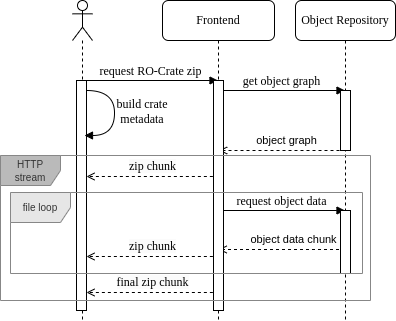
This is assets/exec_flow_zip_retrieval.png from Senckenberg-DCBiodivIT/fair-workflow-platform, a draw.io export, as it was before one commit. Source tidied: cells renumbered, new cells last; positions are measured from the earlier drawing's top-left corner, leaving out a move shared by most shapes. Its diagram source:
```xml
<mxGraphModel background="#ffffff">
  <root>
    <mxCell id="0" />
    <mxCell id="1" parent="0" />
    <mxCell id="2" style="edgeStyle=orthogonalEdgeStyle;rounded=0;orthogonalLoop=1;jettySize=auto;html=1;dashed=1;endArrow=open;endFill=0;" parent="1" edge="1">
      <mxGeometry relative="1" as="geometry">
        <mxPoint x="344.5" y="249" as="sourcePoint" />
        <mxPoint x="218.1" y="249" as="targetPoint" />
      </mxGeometry>
    </mxCell>
    <mxCell id="3" value="object data chunk" style="edgeLabel;html=1;align=center;verticalAlign=middle;" parent="2" vertex="1">
      <mxGeometry x="-0.18" y="1" relative="1" as="geometry">
        <mxPoint y="-11" as="offset" />
      </mxGeometry>
    </mxCell>
    <mxCell id="4" value="Object Repository" style="shape=umlLifeline;perimeter=lifelinePerimeter;whiteSpace=wrap;html=1;rounded=1;shadow=0;comic=0;labelBackgroundColor=none;strokeWidth=1;fontFamily=Verdana;fontSize=12;align=center;" parent="1" vertex="1">
      <mxGeometry x="295" width="100" height="320" as="geometry" />
    </mxCell>
    <mxCell id="5" value="Frontend" style="shape=umlLifeline;perimeter=lifelinePerimeter;whiteSpace=wrap;html=1;outlineConnect=0;rounded=1;shadow=0;comic=0;labelBackgroundColor=none;strokeWidth=1;fontFamily=Verdana;fontSize=12;align=center;" parent="1" vertex="1">
      <mxGeometry x="162" width="112" height="320" as="geometry" />
    </mxCell>
    <mxCell id="6" style="shape=umlLifeline;perimeter=lifelinePerimeter;whiteSpace=wrap;html=1;newEdgeStyle={&quot;curved&quot;:0,&quot;rounded&quot;:0};participant=umlActor;" parent="1" vertex="1">
      <mxGeometry x="72" width="20" height="320" as="geometry" />
    </mxCell>
    <mxCell id="7" style="html=1;points=[];perimeter=orthogonalPerimeter;rounded=0;shadow=0;comic=0;labelBackgroundColor=none;strokeWidth=1;fontFamily=Verdana;fontSize=12;align=center;" parent="1" vertex="1">
      <mxGeometry x="76" y="80" width="10" height="230" as="geometry" />
    </mxCell>
    <mxCell id="8" value="request RO-Crate zip" style="html=1;verticalAlign=bottom;endArrow=block;labelBackgroundColor=none;fontFamily=Verdana;fontSize=12;elbow=horizontal;" parent="1" edge="1" target="5">
      <mxGeometry relative="1" as="geometry">
        <mxPoint x="82.3" y="80" as="sourcePoint" />
      </mxGeometry>
    </mxCell>
    <mxCell id="9" value="get object graph" style="html=1;verticalAlign=bottom;endArrow=block;labelBackgroundColor=none;fontFamily=Verdana;fontSize=12;elbow=horizontal;" parent="1" edge="1">
      <mxGeometry relative="1" as="geometry">
        <mxPoint x="218.1" y="90" as="sourcePoint" />
        <mxPoint x="344.5" y="90" as="targetPoint" />
      </mxGeometry>
    </mxCell>
    <mxCell id="10" value="request object data" style="html=1;verticalAlign=bottom;endArrow=block;labelBackgroundColor=none;fontFamily=Verdana;fontSize=12;elbow=horizontal;" parent="1" edge="1">
      <mxGeometry relative="1" as="geometry">
        <mxPoint x="218.1" y="210" as="sourcePoint" />
        <mxPoint x="344.5" y="210" as="targetPoint" />
      </mxGeometry>
    </mxCell>
    <mxCell id="11" style="html=1;perimeter=orthogonalPerimeter;rounded=0;shadow=0;comic=0;labelBackgroundColor=none;strokeWidth=1;fontFamily=Verdana;fontSize=12;align=center;" parent="1" vertex="1">
      <mxGeometry x="340" y="90" width="10" height="60" as="geometry" />
    </mxCell>
    <mxCell id="12" style="html=1;perimeter=orthogonalPerimeter;rounded=0;shadow=0;comic=0;labelBackgroundColor=none;strokeWidth=1;fontFamily=Verdana;fontSize=12;align=center;" parent="1" vertex="1">
      <mxGeometry x="340" y="210" width="10" height="63" as="geometry" />
    </mxCell>
    <mxCell id="13" style="edgeStyle=orthogonalEdgeStyle;rounded=0;orthogonalLoop=1;jettySize=auto;html=1;dashed=1;endArrow=open;endFill=0;" parent="1" edge="1">
      <mxGeometry relative="1" as="geometry">
        <mxPoint x="345" y="150" as="sourcePoint" />
        <mxPoint x="218.6" y="150" as="targetPoint" />
      </mxGeometry>
    </mxCell>
    <mxCell id="14" value="object graph" style="edgeLabel;html=1;align=center;verticalAlign=middle;" parent="13" vertex="1">
      <mxGeometry x="-0.18" y="1" relative="1" as="geometry">
        <mxPoint x="-8" y="-11" as="offset" />
      </mxGeometry>
    </mxCell>
    <mxCell id="15" style="edgeStyle=orthogonalEdgeStyle;rounded=0;orthogonalLoop=1;jettySize=auto;html=1;dashed=1;endArrow=open;endFill=0;" parent="1" edge="1">
      <mxGeometry relative="1" as="geometry">
        <mxPoint x="212.4" y="176" as="sourcePoint" />
        <mxPoint x="86" y="176" as="targetPoint" />
      </mxGeometry>
    </mxCell>
    <mxCell id="16" value="&lt;span style=&quot;font-family: Verdana; font-size: 12px; background-color: rgb(251, 251, 251);&quot;&gt;zip chunk&lt;/span&gt;" style="edgeLabel;html=1;align=center;verticalAlign=middle;" parent="15" vertex="1">
      <mxGeometry x="-0.18" y="1" relative="1" as="geometry">
        <mxPoint x="-9" y="-11" as="offset" />
      </mxGeometry>
    </mxCell>
    <mxCell id="17" style="edgeStyle=orthogonalEdgeStyle;rounded=0;orthogonalLoop=1;jettySize=auto;html=1;dashed=1;endArrow=open;endFill=0;" parent="1" edge="1">
      <mxGeometry relative="1" as="geometry">
        <mxPoint x="212.4" y="256" as="sourcePoint" />
        <mxPoint x="86" y="256" as="targetPoint" />
      </mxGeometry>
    </mxCell>
    <mxCell id="18" value="&lt;span style=&quot;font-family: Verdana; font-size: 12px; background-color: rgb(251, 251, 251);&quot;&gt;zip chunk&lt;/span&gt;" style="edgeLabel;html=1;align=center;verticalAlign=middle;" parent="17" vertex="1">
      <mxGeometry x="-0.18" y="1" relative="1" as="geometry">
        <mxPoint x="-9" y="-11" as="offset" />
      </mxGeometry>
    </mxCell>
    <mxCell id="19" style="edgeStyle=orthogonalEdgeStyle;rounded=0;orthogonalLoop=1;jettySize=auto;html=1;dashed=1;endArrow=open;endFill=0;" parent="1" edge="1">
      <mxGeometry relative="1" as="geometry">
        <mxPoint x="212.4" y="292" as="sourcePoint" />
        <mxPoint x="86" y="292" as="targetPoint" />
      </mxGeometry>
    </mxCell>
    <mxCell id="20" value="&lt;span style=&quot;font-family: Verdana; font-size: 12px; background-color: rgb(251, 251, 251);&quot;&gt;final zip chunk&lt;/span&gt;" style="edgeLabel;html=1;align=center;verticalAlign=middle;" parent="19" vertex="1">
      <mxGeometry x="-0.18" y="1" relative="1" as="geometry">
        <mxPoint x="-9" y="-11" as="offset" />
      </mxGeometry>
    </mxCell>
    <mxCell id="21" style="html=1;perimeter=orthogonalPerimeter;rounded=0;shadow=0;comic=0;labelBackgroundColor=none;strokeWidth=1;fontFamily=Verdana;fontSize=12;align=center;" parent="1" vertex="1">
      <mxGeometry x="213" y="80" width="10" height="230" as="geometry" />
    </mxCell>
    <mxCell id="22" value="&lt;p style=&quot;line-height: 100%;&quot;&gt;&lt;font style=&quot;font-size: 10px;&quot;&gt;HTTP stream&lt;/font&gt;&lt;/p&gt;" style="shape=umlFrame;whiteSpace=wrap;html=1;fillColor=#BABABA;fontColor=#333333;strokeColor=#878787;gradientColor=none;shadow=0;" parent="1" vertex="1">
      <mxGeometry y="155" width="370" height="145" as="geometry" />
    </mxCell>
    <mxCell id="23" style="html=1;verticalAlign=bottom;endArrow=block;labelBackgroundColor=none;fontFamily=Verdana;fontSize=12;elbow=vertical;edgeStyle=orthogonalEdgeStyle;curved=1;exitX=1.038;exitY=0.345;exitPerimeter=0;entryX=0.8;entryY=0.238;entryDx=0;entryDy=0;entryPerimeter=0;" parent="1" edge="1" target="7">
      <mxGeometry relative="1" as="geometry">
        <mxPoint x="86" y="90" as="sourcePoint" />
        <Array as="points">
          <mxPoint x="114" y="90" />
          <mxPoint x="114" y="135" />
          <mxPoint x="84" y="135" />
        </Array>
      </mxGeometry>
    </mxCell>
    <mxCell id="24" value="build crate metadata" style="text;html=1;align=center;verticalAlign=middle;whiteSpace=wrap;rounded=0;fontFamily=Verdana;" parent="1" vertex="1">
      <mxGeometry x="112" y="96" width="60" height="30" as="geometry" />
    </mxCell>
    <mxCell id="25" value="&lt;font style=&quot;font-size: 10px;&quot;&gt;file loop&lt;/font&gt;" style="shape=umlFrame;whiteSpace=wrap;html=1;fillColor=#E6E6E6;fontColor=#333333;strokeColor=#878787;shadow=0;" parent="1" vertex="1">
      <mxGeometry x="10" y="192" width="352" height="81" as="geometry" />
    </mxCell>
  </root>
</mxGraphModel>
```
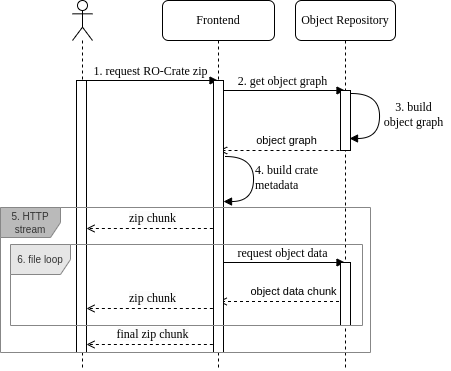
After the change.

The edit, as a diff of the source:
```diff
@@ -4,8 +4,8 @@
     <mxCell id="1" parent="0" />
     <mxCell id="2" style="edgeStyle=orthogonalEdgeStyle;rounded=0;orthogonalLoop=1;jettySize=auto;html=1;dashed=1;endArrow=open;endFill=0;" parent="1" edge="1">
       <mxGeometry relative="1" as="geometry">
-        <mxPoint x="344.5" y="249" as="sourcePoint" />
-        <mxPoint x="218.1" y="249" as="targetPoint" />
+        <mxPoint x="344.5" y="301" as="sourcePoint" />
+        <mxPoint x="218.1" y="301" as="targetPoint" />
       </mxGeometry>
     </mxCell>
     <mxCell id="3" value="object data chunk" style="edgeLabel;html=1;align=center;verticalAlign=middle;" parent="2" vertex="1">
@@ -14,23 +14,23 @@
       </mxGeometry>
     </mxCell>
     <mxCell id="4" value="Object Repository" style="shape=umlLifeline;perimeter=lifelinePerimeter;whiteSpace=wrap;html=1;rounded=1;shadow=0;comic=0;labelBackgroundColor=none;strokeWidth=1;fontFamily=Verdana;fontSize=12;align=center;" parent="1" vertex="1">
-      <mxGeometry x="295" width="100" height="320" as="geometry" />
+      <mxGeometry x="295" width="100" height="370" as="geometry" />
     </mxCell>
     <mxCell id="5" value="Frontend" style="shape=umlLifeline;perimeter=lifelinePerimeter;whiteSpace=wrap;html=1;outlineConnect=0;rounded=1;shadow=0;comic=0;labelBackgroundColor=none;strokeWidth=1;fontFamily=Verdana;fontSize=12;align=center;" parent="1" vertex="1">
-      <mxGeometry x="162" width="112" height="320" as="geometry" />
+      <mxGeometry x="162" width="112" height="370" as="geometry" />
     </mxCell>
     <mxCell id="6" style="shape=umlLifeline;perimeter=lifelinePerimeter;whiteSpace=wrap;html=1;newEdgeStyle={&quot;curved&quot;:0,&quot;rounded&quot;:0};participant=umlActor;" parent="1" vertex="1">
-      <mxGeometry x="72" width="20" height="320" as="geometry" />
+      <mxGeometry x="72" width="20" height="370" as="geometry" />
     </mxCell>
     <mxCell id="7" style="html=1;points=[];perimeter=orthogonalPerimeter;rounded=0;shadow=0;comic=0;labelBackgroundColor=none;strokeWidth=1;fontFamily=Verdana;fontSize=12;align=center;" parent="1" vertex="1">
-      <mxGeometry x="76" y="80" width="10" height="230" as="geometry" />
+      <mxGeometry x="76" y="80" width="10" height="272" as="geometry" />
     </mxCell>
-    <mxCell id="8" value="request RO-Crate zip" style="html=1;verticalAlign=bottom;endArrow=block;labelBackgroundColor=none;fontFamily=Verdana;fontSize=12;elbow=horizontal;" parent="1" edge="1" target="5">
+    <mxCell id="8" value="1. request RO-Crate zip" style="html=1;verticalAlign=bottom;endArrow=block;labelBackgroundColor=none;fontFamily=Verdana;fontSize=12;elbow=horizontal;" parent="1" edge="1" target="5">
       <mxGeometry relative="1" as="geometry">
         <mxPoint x="82.3" y="80" as="sourcePoint" />
       </mxGeometry>
     </mxCell>
-    <mxCell id="9" value="get object graph" style="html=1;verticalAlign=bottom;endArrow=block;labelBackgroundColor=none;fontFamily=Verdana;fontSize=12;elbow=horizontal;" parent="1" edge="1">
+    <mxCell id="9" value="2. get object graph" style="html=1;verticalAlign=bottom;endArrow=block;labelBackgroundColor=none;fontFamily=Verdana;fontSize=12;elbow=horizontal;" parent="1" edge="1">
       <mxGeometry relative="1" as="geometry">
         <mxPoint x="218.1" y="90" as="sourcePoint" />
         <mxPoint x="344.5" y="90" as="targetPoint" />
@@ -38,15 +38,15 @@
     </mxCell>
     <mxCell id="10" value="request object data" style="html=1;verticalAlign=bottom;endArrow=block;labelBackgroundColor=none;fontFamily=Verdana;fontSize=12;elbow=horizontal;" parent="1" edge="1">
       <mxGeometry relative="1" as="geometry">
-        <mxPoint x="218.1" y="210" as="sourcePoint" />
-        <mxPoint x="344.5" y="210" as="targetPoint" />
+        <mxPoint x="218.1" y="262" as="sourcePoint" />
+        <mxPoint x="344.5" y="262" as="targetPoint" />
       </mxGeometry>
     </mxCell>
     <mxCell id="11" style="html=1;perimeter=orthogonalPerimeter;rounded=0;shadow=0;comic=0;labelBackgroundColor=none;strokeWidth=1;fontFamily=Verdana;fontSize=12;align=center;" parent="1" vertex="1">
       <mxGeometry x="340" y="90" width="10" height="60" as="geometry" />
     </mxCell>
     <mxCell id="12" style="html=1;perimeter=orthogonalPerimeter;rounded=0;shadow=0;comic=0;labelBackgroundColor=none;strokeWidth=1;fontFamily=Verdana;fontSize=12;align=center;" parent="1" vertex="1">
-      <mxGeometry x="340" y="210" width="10" height="63" as="geometry" />
+      <mxGeometry x="340" y="262" width="10" height="63" as="geometry" />
     </mxCell>
     <mxCell id="13" style="edgeStyle=orthogonalEdgeStyle;rounded=0;orthogonalLoop=1;jettySize=auto;html=1;dashed=1;endArrow=open;endFill=0;" parent="1" edge="1">
       <mxGeometry relative="1" as="geometry">
@@ -61,8 +61,8 @@
     </mxCell>
     <mxCell id="15" style="edgeStyle=orthogonalEdgeStyle;rounded=0;orthogonalLoop=1;jettySize=auto;html=1;dashed=1;endArrow=open;endFill=0;" parent="1" edge="1">
       <mxGeometry relative="1" as="geometry">
-        <mxPoint x="212.4" y="176" as="sourcePoint" />
-        <mxPoint x="86" y="176" as="targetPoint" />
+        <mxPoint x="212.4" y="228" as="sourcePoint" />
+        <mxPoint x="86" y="228" as="targetPoint" />
       </mxGeometry>
     </mxCell>
     <mxCell id="16" value="&lt;span style=&quot;font-family: Verdana; font-size: 12px; background-color: rgb(251, 251, 251);&quot;&gt;zip chunk&lt;/span&gt;" style="edgeLabel;html=1;align=center;verticalAlign=middle;" parent="15" vertex="1">
@@ -72,8 +72,8 @@
     </mxCell>
     <mxCell id="17" style="edgeStyle=orthogonalEdgeStyle;rounded=0;orthogonalLoop=1;jettySize=auto;html=1;dashed=1;endArrow=open;endFill=0;" parent="1" edge="1">
       <mxGeometry relative="1" as="geometry">
-        <mxPoint x="212.4" y="256" as="sourcePoint" />
-        <mxPoint x="86" y="256" as="targetPoint" />
+        <mxPoint x="212.4" y="308" as="sourcePoint" />
+        <mxPoint x="86" y="308" as="targetPoint" />
       </mxGeometry>
     </mxCell>
     <mxCell id="18" value="&lt;span style=&quot;font-family: Verdana; font-size: 12px; background-color: rgb(251, 251, 251);&quot;&gt;zip chunk&lt;/span&gt;" style="edgeLabel;html=1;align=center;verticalAlign=middle;" parent="17" vertex="1">
@@ -83,8 +83,8 @@
     </mxCell>
     <mxCell id="19" style="edgeStyle=orthogonalEdgeStyle;rounded=0;orthogonalLoop=1;jettySize=auto;html=1;dashed=1;endArrow=open;endFill=0;" parent="1" edge="1">
       <mxGeometry relative="1" as="geometry">
-        <mxPoint x="212.4" y="292" as="sourcePoint" />
-        <mxPoint x="86" y="292" as="targetPoint" />
+        <mxPoint x="212.4" y="344" as="sourcePoint" />
+        <mxPoint x="86" y="344" as="targetPoint" />
       </mxGeometry>
     </mxCell>
     <mxCell id="20" value="&lt;span style=&quot;font-family: Verdana; font-size: 12px; background-color: rgb(251, 251, 251);&quot;&gt;final zip chunk&lt;/span&gt;" style="edgeLabel;html=1;align=center;verticalAlign=middle;" parent="19" vertex="1">
@@ -93,26 +93,41 @@
       </mxGeometry>
     </mxCell>
     <mxCell id="21" style="html=1;perimeter=orthogonalPerimeter;rounded=0;shadow=0;comic=0;labelBackgroundColor=none;strokeWidth=1;fontFamily=Verdana;fontSize=12;align=center;" parent="1" vertex="1">
-      <mxGeometry x="213" y="80" width="10" height="230" as="geometry" />
+      <mxGeometry x="213" y="80" width="10" height="272" as="geometry" />
     </mxCell>
-    <mxCell id="22" value="&lt;p style=&quot;line-height: 100%;&quot;&gt;&lt;font style=&quot;font-size: 10px;&quot;&gt;HTTP stream&lt;/font&gt;&lt;/p&gt;" style="shape=umlFrame;whiteSpace=wrap;html=1;fillColor=#BABABA;fontColor=#333333;strokeColor=#878787;gradientColor=none;shadow=0;" parent="1" vertex="1">
-      <mxGeometry y="155" width="370" height="145" as="geometry" />
+    <mxCell id="22" value="&lt;p style=&quot;line-height: 100%;&quot;&gt;&lt;font style=&quot;font-size: 10px;&quot;&gt;5. HTTP stream&lt;/font&gt;&lt;/p&gt;" style="shape=umlFrame;whiteSpace=wrap;html=1;fillColor=#BABABA;fontColor=#333333;strokeColor=#878787;gradientColor=none;shadow=0;" parent="1" vertex="1">
+      <mxGeometry y="207" width="370" height="145" as="geometry" />
     </mxCell>
-    <mxCell id="23" style="html=1;verticalAlign=bottom;endArrow=block;labelBackgroundColor=none;fontFamily=Verdana;fontSize=12;elbow=vertical;edgeStyle=orthogonalEdgeStyle;curved=1;exitX=1.038;exitY=0.345;exitPerimeter=0;entryX=0.8;entryY=0.238;entryDx=0;entryDy=0;entryPerimeter=0;" parent="1" edge="1" target="7">
+    <mxCell id="23" style="html=1;verticalAlign=bottom;endArrow=block;labelBackgroundColor=none;fontFamily=Verdana;fontSize=12;elbow=vertical;edgeStyle=orthogonalEdgeStyle;curved=1;exitX=1.038;exitY=0.345;exitPerimeter=0;entryX=0.8;entryY=0.238;entryDx=0;entryDy=0;entryPerimeter=0;" parent="1" edge="1">
       <mxGeometry relative="1" as="geometry">
-        <mxPoint x="86" y="90" as="sourcePoint" />
+        <mxPoint x="225" y="156" as="sourcePoint" />
+        <mxPoint x="223" y="200.7" as="targetPoint" />
         <Array as="points">
-          <mxPoint x="114" y="90" />
-          <mxPoint x="114" y="135" />
-          <mxPoint x="84" y="135" />
+          <mxPoint x="253" y="156" />
+          <mxPoint x="253" y="201" />
+          <mxPoint x="223" y="201" />
         </Array>
       </mxGeometry>
     </mxCell>
-    <mxCell id="24" value="build crate metadata" style="text;html=1;align=center;verticalAlign=middle;whiteSpace=wrap;rounded=0;fontFamily=Verdana;" parent="1" vertex="1">
-      <mxGeometry x="112" y="96" width="60" height="30" as="geometry" />
+    <mxCell id="24" value="4. build crate metadata" style="text;html=1;align=left;verticalAlign=middle;whiteSpace=wrap;rounded=0;fontFamily=Verdana;" parent="1" vertex="1">
+      <mxGeometry x="253" y="162" width="69" height="30" as="geometry" />
     </mxCell>
-    <mxCell id="25" value="&lt;font style=&quot;font-size: 10px;&quot;&gt;file loop&lt;/font&gt;" style="shape=umlFrame;whiteSpace=wrap;html=1;fillColor=#E6E6E6;fontColor=#333333;strokeColor=#878787;shadow=0;" parent="1" vertex="1">
-      <mxGeometry x="10" y="192" width="352" height="81" as="geometry" />
+    <mxCell id="25" value="&lt;font style=&quot;font-size: 10px;&quot;&gt;6. file loop&lt;/font&gt;" style="shape=umlFrame;whiteSpace=wrap;html=1;fillColor=#E6E6E6;fontColor=#333333;strokeColor=#878787;shadow=0;" parent="1" vertex="1">
+      <mxGeometry x="10" y="244" width="352" height="81" as="geometry" />
     </mxCell>
+    <mxCell id="26" style="html=1;verticalAlign=bottom;endArrow=block;labelBackgroundColor=none;fontFamily=Verdana;fontSize=12;elbow=vertical;edgeStyle=orthogonalEdgeStyle;curved=1;exitX=1.038;exitY=0.345;exitPerimeter=0;entryX=0.8;entryY=0.238;entryDx=0;entryDy=0;entryPerimeter=0;" parent="1" edge="1">
+      <mxGeometry relative="1" as="geometry">
+        <mxPoint x="351" y="93" as="sourcePoint" />
+        <mxPoint x="349" y="137.7" as="targetPoint" />
+        <Array as="points">
+          <mxPoint x="379" y="93" />
+          <mxPoint x="379" y="138" />
+          <mxPoint x="349" y="138" />
+        </Array>
+      </mxGeometry>
+    </mxCell>
+    <mxCell id="27" value="3. build&lt;div&gt;object graph&lt;/div&gt;" style="text;html=1;align=center;verticalAlign=middle;whiteSpace=wrap;rounded=0;fontFamily=Verdana;" parent="1" vertex="1">
+      <mxGeometry x="377" y="99" width="73" height="30" as="geometry" />
+    </mxCell>
   </root>
 </mxGraphModel>
```
